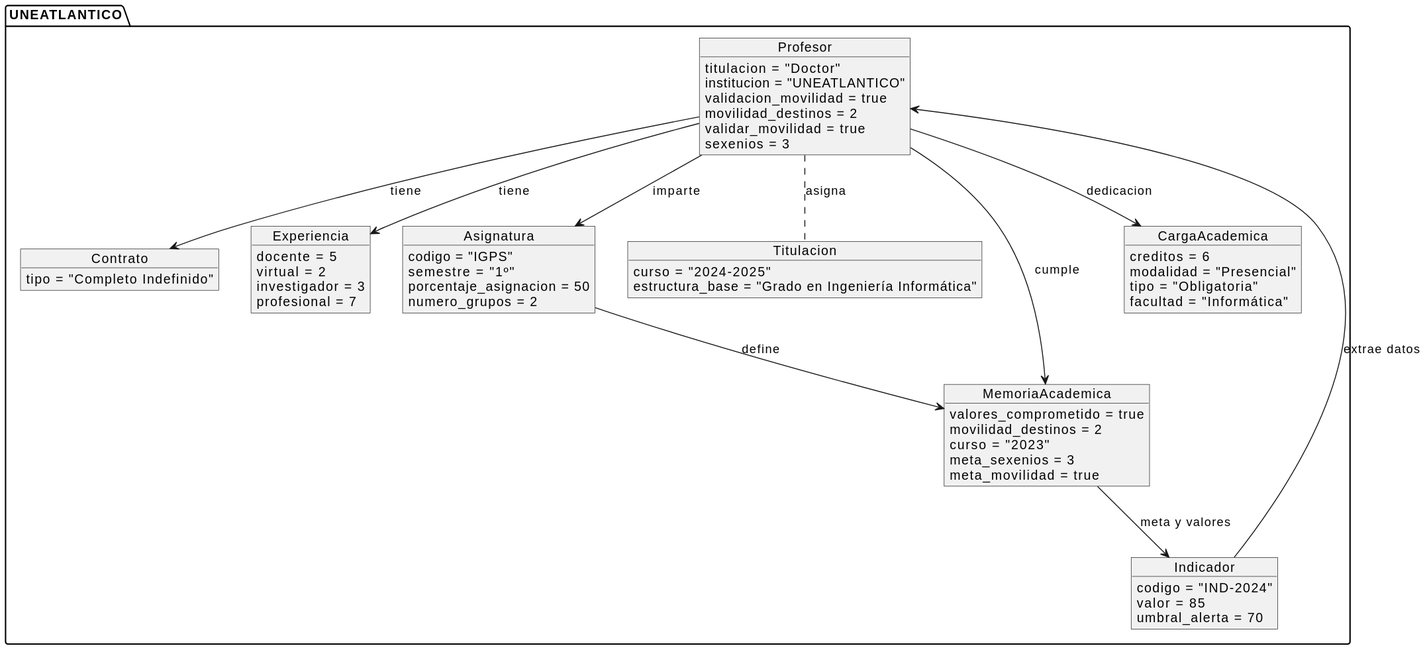
Before: images/modelosUML/MdD/diagramaDeObjetos.svg, a diagram exported from PlantUML (mmasias/24-25-IdSw1-SDR). The source it was exported from:
```plantuml
@startuml
package "UNEATLANTICO" {
    object Profesor {
        titulacion = "Doctor"
        institucion = "UNEATLANTICO"
        validacion_movilidad = true
        movilidad_destinos = 2
        validar_movilidad = true
        sexenios = 3
    }

    object Contrato {
        tipo = "Completo Indefinido"
    }

    object Experiencia {
        docente = 5
        virtual = 2
        investigador = 3
        profesional = 7
    }

    object Asignatura {
        codigo = "IGPS"
        semestre = "1º"
        porcentaje_asignacion = 50
        numero_grupos = 2
    }

    object Titulacion {
        curso = "2024-2025"
        estructura_base = "Grado en Ingeniería Informática"
    }

    object MemoriaAcademica {
        valores_comprometido = true
        movilidad_destinos = 2
        curso = "2023"
        meta_sexenios = 3
        meta_movilidad = true
    }

    object Indicador {
        codigo = "IND-2024"
        valor = 85
        umbral_alerta = 70
    }

    object CargaAcademica {
        creditos = 6
        modalidad = "Presencial"
        tipo = "Obligatoria"
        facultad = "Informática"
    }

    Profesor --> Contrato : tiene
    Profesor --> Experiencia : tiene
    Profesor --> CargaAcademica : dedicacion
    Profesor .. Titulacion : asigna
    Profesor --> Asignatura : imparte
    Profesor --> MemoriaAcademica : cumple
    MemoriaAcademica --> Indicador : meta y valores
    Indicador --> Profesor : extrae datos
    Asignatura --> MemoriaAcademica : define
}
@enduml
```
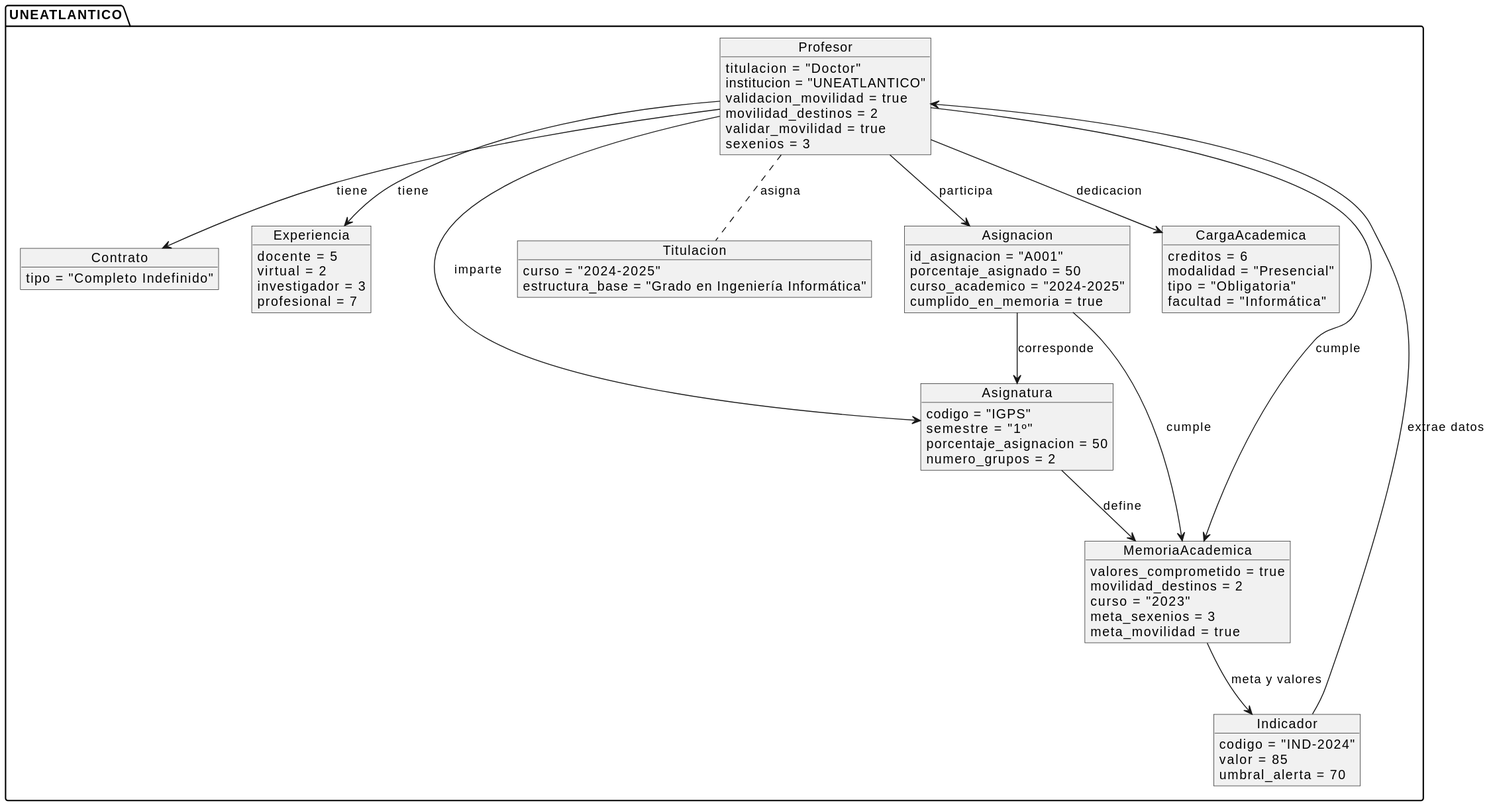
After the commit.

Commit message:
diagramadeobjetos lo cambio acorde al diagrama de clases

Diff of the diagram source:
```diff
@@ -53,14 +53,24 @@
         facultad = "Informática"
     }
 
+    object Asignacion {
+        id_asignacion = "A001"
+        porcentaje_asignado = 50
+        curso_academico = "2024-2025"
+        cumplido_en_memoria = true
+    }
+
     Profesor --> Contrato : tiene
     Profesor --> Experiencia : tiene
     Profesor --> CargaAcademica : dedicacion
+    Profesor --> Asignacion : participa
     Profesor .. Titulacion : asigna
     Profesor --> Asignatura : imparte
     Profesor --> MemoriaAcademica : cumple
     MemoriaAcademica --> Indicador : meta y valores
     Indicador --> Profesor : extrae datos
     Asignatura --> MemoriaAcademica : define
+    Asignacion --> Asignatura : corresponde
+    Asignacion --> MemoriaAcademica : cumple
 }
 @enduml
```
